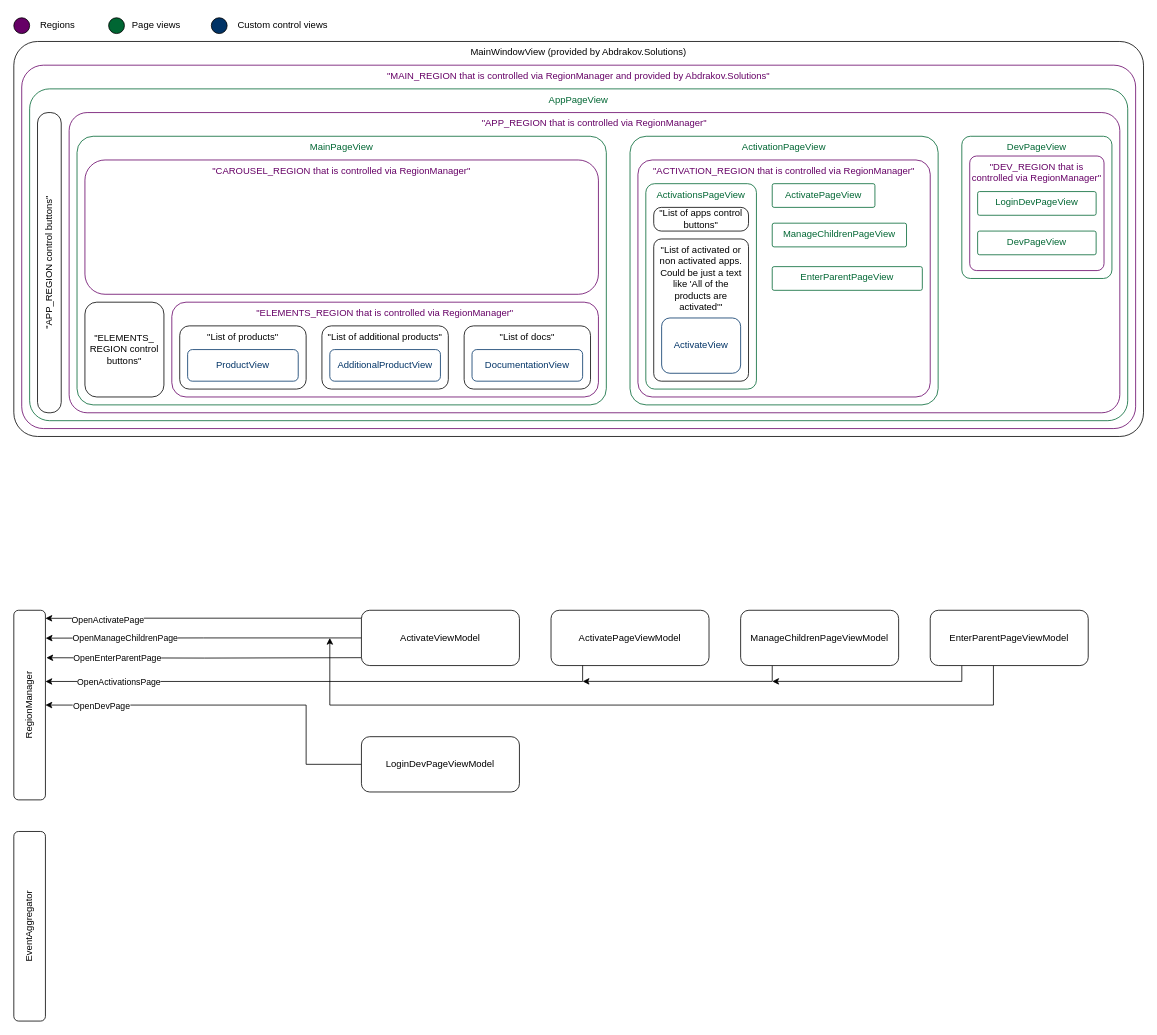
The draw.io diagram SoftHubArc.drawio in CrackAndDie/diagrams_drawio, before the edit. Source tidied: cells renumbered, new cells numbered last; positions are measured from the earlier drawing's top-left corner, leaving out a move shared by most shapes. Both pictures are drawn from the tidied source at 79%, with x=0, y=0 at pixel (13, 13).
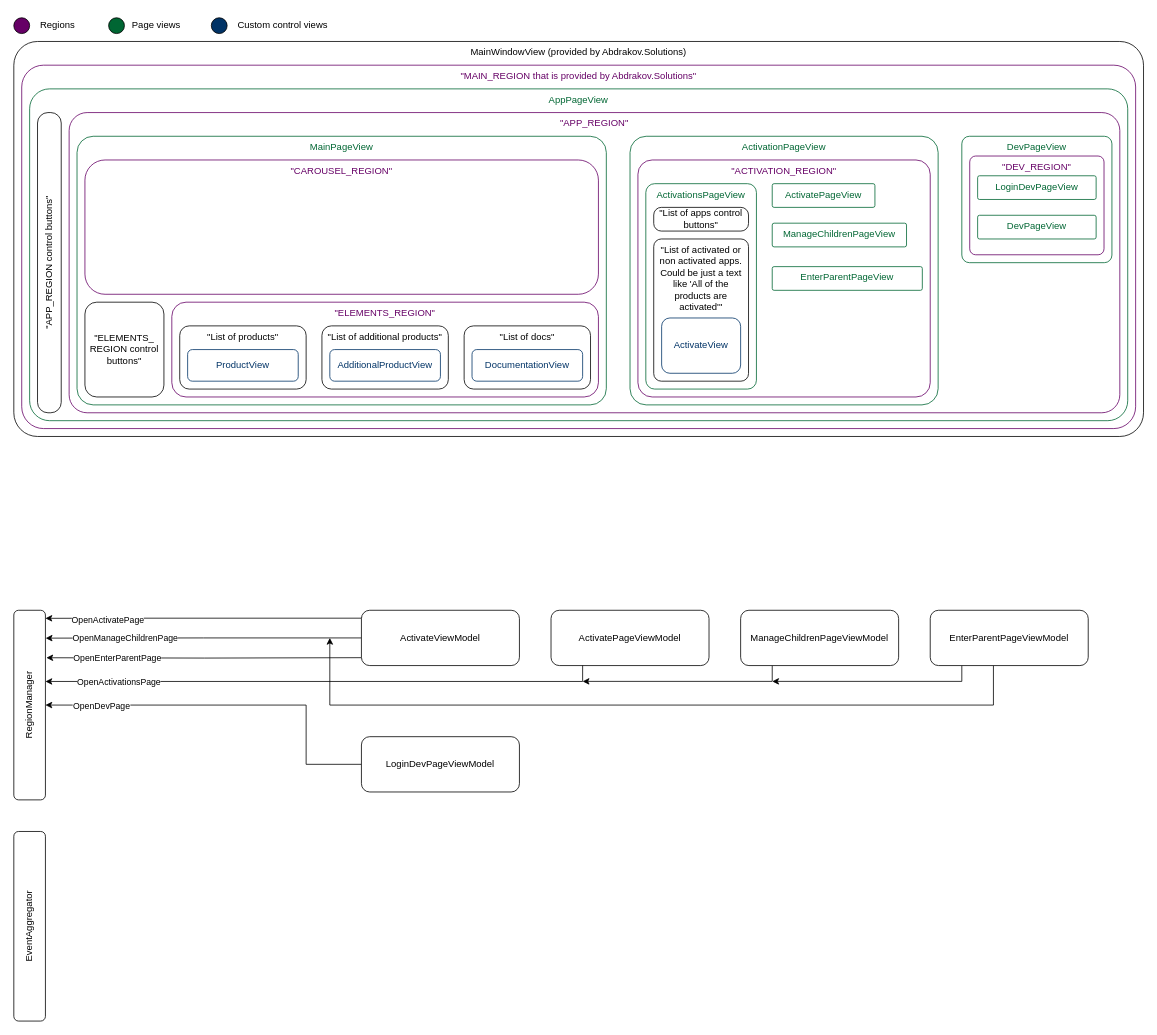
The same page after the edit.

Commit message:
Regions desc removed SoftHubArc.drawio

Change to the diagram source:
```diff
@@
-    <mxCell id="3" value="&quot;MAIN_REGION that is controlled via RegionManager and provided by Abdrakov.Solutions&quot;" style="rounded=1;whiteSpace=wrap;html=1;arcSize=6;verticalAlign=top;strokeColor=#660066;fontColor=#660066;" parent="1" vertex="1">
+    <mxCell id="3" value="&quot;MAIN_REGION that is provided by Abdrakov.Solutions&quot;" style="rounded=1;whiteSpace=wrap;html=1;arcSize=6;verticalAlign=top;strokeColor=#660066;fontColor=#660066;" parent="1" vertex="1">
       <mxGeometry x="10" y="65" width="1410" height="460" as="geometry" />
     </mxCell>
@@
-    <mxCell id="5" value="&quot;APP_REGION that is controlled via RegionManager&quot;" style="rounded=1;whiteSpace=wrap;html=1;arcSize=6;verticalAlign=top;strokeColor=#660066;fontColor=#660066;" parent="1" vertex="1">
+    <mxCell id="5" value="&quot;APP_REGION&quot;" style="rounded=1;whiteSpace=wrap;html=1;arcSize=6;verticalAlign=top;strokeColor=#660066;fontColor=#660066;" parent="1" vertex="1">
       <mxGeometry x="70" y="125" width="1330" height="380" as="geometry" />
     </mxCell>
@@
-    <mxCell id="7" value="&quot;ELEMENTS_REGION that is controlled via RegionManager&quot;" style="rounded=1;whiteSpace=wrap;html=1;verticalAlign=top;strokeColor=#660066;fontColor=#660066;" parent="1" vertex="1">
+    <mxCell id="7" value="&quot;ELEMENTS_REGION&quot;" style="rounded=1;whiteSpace=wrap;html=1;verticalAlign=top;strokeColor=#660066;fontColor=#660066;" parent="1" vertex="1">
       <mxGeometry x="200" y="365" width="540" height="120" as="geometry" />
     </mxCell>
@@
-    <mxCell id="14" value="&quot;CAROUSEL_REGION that is controlled via RegionManager&quot;" style="rounded=1;whiteSpace=wrap;html=1;verticalAlign=top;strokeColor=#660066;fontColor=#660066;" parent="1" vertex="1">
+    <mxCell id="14" value="&quot;CAROUSEL_REGION&quot;" style="rounded=1;whiteSpace=wrap;html=1;verticalAlign=top;strokeColor=#660066;fontColor=#660066;" parent="1" vertex="1">
       <mxGeometry x="90" y="185" width="650" height="170" as="geometry" />
     </mxCell>
@@
-    <mxCell id="18" value="&quot;ACTIVATION_REGION that is controlled via RegionManager&quot;" style="rounded=1;whiteSpace=wrap;html=1;verticalAlign=top;arcSize=6;fontColor=#660066;strokeColor=#660066;" parent="1" vertex="1">
+    <mxCell id="18" value="&quot;ACTIVATION_REGION&quot;" style="rounded=1;whiteSpace=wrap;html=1;verticalAlign=top;arcSize=6;fontColor=#660066;strokeColor=#660066;" parent="1" vertex="1">
       <mxGeometry x="790" y="185" width="370" height="300" as="geometry" />
     </mxCell>
@@
     <mxCell id="34" value="DevPageView" style="rounded=1;whiteSpace=wrap;html=1;arcSize=6;verticalAlign=top;strokeColor=#006633;fontColor=#006633;" parent="1" vertex="1">
-      <mxGeometry x="1200" y="155" width="190" height="180" as="geometry" />
+      <mxGeometry x="1200" y="155" width="190" height="160" as="geometry" />
     </mxCell>
-    <mxCell id="35" value="&quot;DEV_REGION that is controlled via RegionManager&quot;" style="rounded=1;whiteSpace=wrap;html=1;verticalAlign=top;arcSize=6;strokeColor=#660066;fontColor=#660066;" parent="1" vertex="1">
-      <mxGeometry x="1210" y="180" width="170" height="145" as="geometry" />
+    <mxCell id="35" value="&quot;DEV_REGION&quot;" style="rounded=1;whiteSpace=wrap;html=1;verticalAlign=top;arcSize=6;strokeColor=#660066;fontColor=#660066;" parent="1" vertex="1">
+      <mxGeometry x="1210" y="180" width="170" height="125" as="geometry" />
     </mxCell>
     <mxCell id="36" value="LoginDevPageView" style="rounded=1;whiteSpace=wrap;html=1;arcSize=8;verticalAlign=top;fontColor=#006633;strokeColor=#006633;" parent="1" vertex="1">
-      <mxGeometry x="1220" y="225" width="150" height="30" as="geometry" />
+      <mxGeometry x="1220" y="205" width="150" height="30" as="geometry" />
     </mxCell>
     <mxCell id="37" value="DevPageView" style="rounded=1;whiteSpace=wrap;html=1;arcSize=8;verticalAlign=top;strokeColor=#006633;fontColor=#006633;" parent="1" vertex="1">
-      <mxGeometry x="1220" y="275" width="150" height="30" as="geometry" />
+      <mxGeometry x="1220" y="255" width="150" height="30" as="geometry" />
     </mxCell>
```
